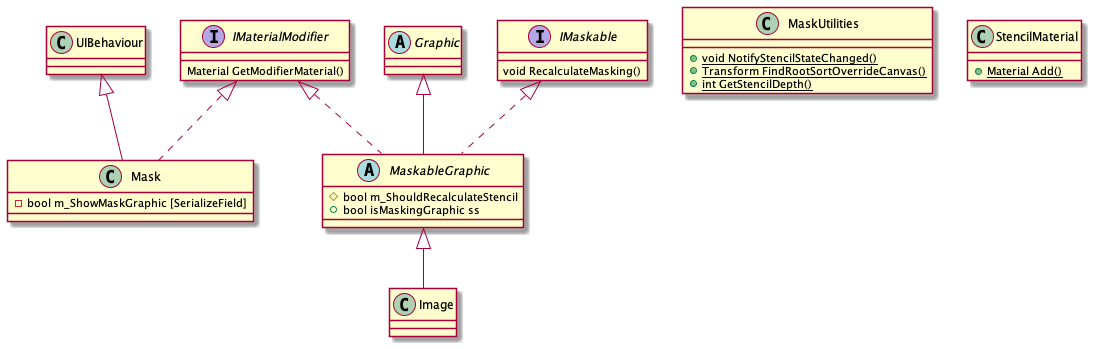
The PlantUML diagram org/2021-12-UGUI-Source-Reading/2021-12-UGUI-Source-Reading-012.Mask-Hierarchy.png in young40/young40.github.com, before a commit.
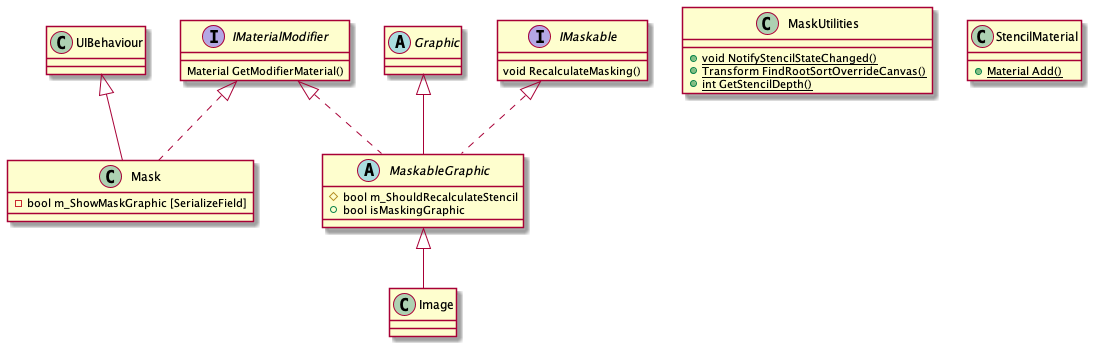
After the change.

Change to the diagram source:
```diff
@@ -22,7 +22,7 @@
 abstract class MaskableGraphic
 {
     # bool m_ShouldRecalculateStencil
-    + bool isMaskingGraphic ss
+    + bool isMaskingGraphic
 }
 
 interface IMaterialModifier
```
